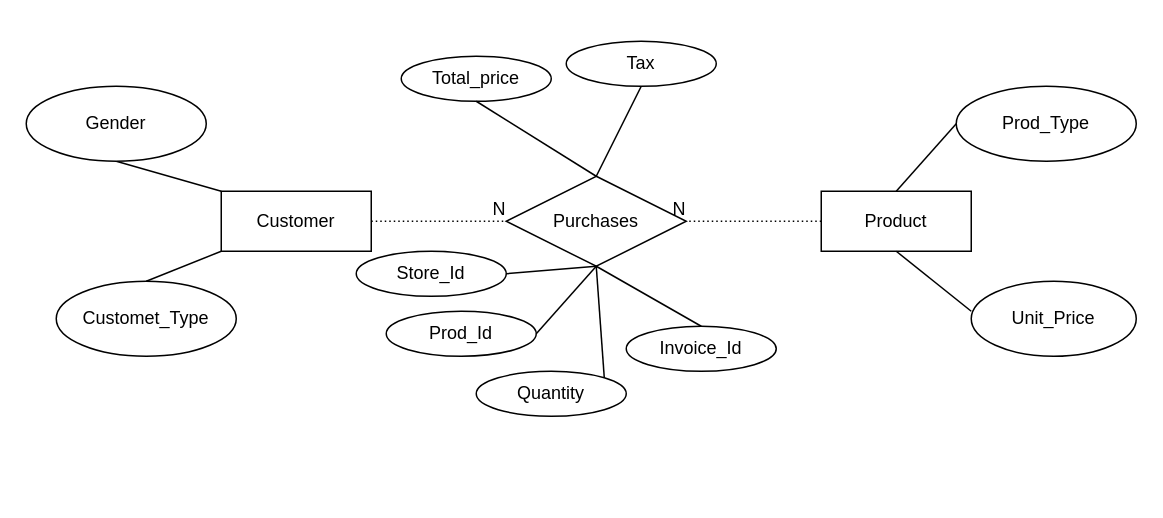
This is er_diagram_proj.drawio from DevanshR1123/Mini-Project-Python-DBMS, a draw.io file, before an edit. Source tidied: cells renumbered, new cells numbered last; positions are measured from the earlier drawing's top-left corner, leaving out a move shared by most shapes. Both pictures are drawn from the tidied source at 150%, with x=0, y=0 at pixel (26, 40).
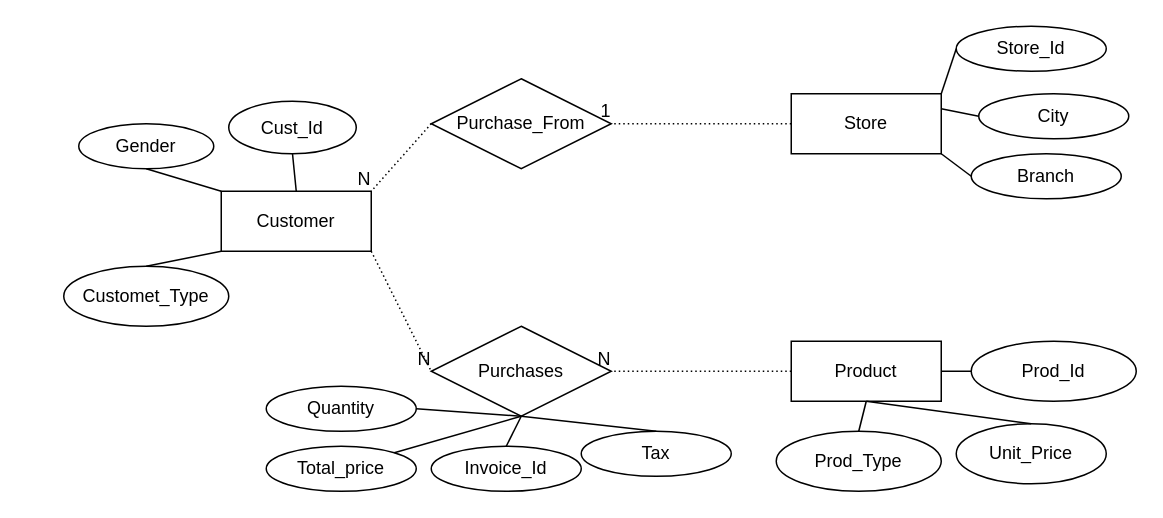
Above is the later version.

The change refers to these unchanged cells:
```xml
<mxCell id="2" value="Customer" style="whiteSpace=wrap;html=1;align=center;" parent="1" vertex="1">
  <mxGeometry x="130" y="100" width="100" height="40" as="geometry" />
</mxCell>
```

What changed in the source:
```diff
@@
     <mxCell id="3" value="Product" style="whiteSpace=wrap;html=1;align=center;" parent="1" vertex="1">
-      <mxGeometry x="530" y="100" width="100" height="40" as="geometry" />
+      <mxGeometry x="510" y="200" width="100" height="40" as="geometry" />
     </mxCell>
@@
     <mxCell id="6" value="Customet_Type" style="ellipse;whiteSpace=wrap;html=1;" parent="1" vertex="1">
-      <mxGeometry x="20" y="160" width="120" height="50" as="geometry" />
+      <mxGeometry x="25" y="150" width="110" height="40" as="geometry" />
     </mxCell>
     <mxCell id="7" value="Gender" style="ellipse;whiteSpace=wrap;html=1;" parent="1" vertex="1">
-      <mxGeometry y="30" width="120" height="50" as="geometry" />
+      <mxGeometry x="35" y="55" width="90" height="30" as="geometry" />
     </mxCell>
     <mxCell id="8" value="Purchases" style="shape=rhombus;perimeter=rhombusPerimeter;whiteSpace=wrap;html=1;align=center;" parent="1" vertex="1">
-      <mxGeometry x="320" y="90" width="120" height="60" as="geometry" />
+      <mxGeometry x="270" y="190" width="120" height="60" as="geometry" />
     </mxCell>
     <mxCell id="9" value="Unit_Price" style="ellipse;whiteSpace=wrap;html=1;" parent="1" vertex="1">
-      <mxGeometry x="630" y="160" width="110" height="50" as="geometry" />
+      <mxGeometry x="620" y="255" width="100" height="40" as="geometry" />
     </mxCell>
     <mxCell id="10" value="Prod_Type" style="ellipse;whiteSpace=wrap;html=1;" parent="1" vertex="1">
-      <mxGeometry x="620" y="30" width="120" height="50" as="geometry" />
+      <mxGeometry x="500" y="260" width="110" height="40" as="geometry" />
     </mxCell>
-    <mxCell id="11" style="endArrow=none;html=1;rounded=0;dashed=1;dashPattern=1 2;exitX=1;exitY=0.5;exitDx=0;exitDy=0;entryX=0;entryY=0.5;entryDx=0;entryDy=0;" parent="1" edge="1" source="2" target="8">
-      <mxGeometry relative="1" as="geometry" />
-    </mxCell>
-    <mxCell id="12" value="N" style="html=1;align=right;verticalAlign=bottom;" parent="11" vertex="1">
-      <mxGeometry x="1" relative="1" as="geometry" />
-    </mxCell>
     <mxCell id="13" value="Invoice_Id" style="ellipse;whiteSpace=wrap;html=1;" parent="1" vertex="1">
-      <mxGeometry x="400" y="190" width="100" height="30" as="geometry" />
+      <mxGeometry x="270" y="270" width="100" height="30" as="geometry" />
     </mxCell>
     <mxCell id="14" value="Quantity" style="ellipse;whiteSpace=wrap;html=1;" parent="1" vertex="1">
-      <mxGeometry x="300" y="220" width="100" height="30" as="geometry" />
+      <mxGeometry x="160" y="230" width="100" height="30" as="geometry" />
     </mxCell>
     <mxCell id="15" value="Tax" style="ellipse;whiteSpace=wrap;html=1;" parent="1" vertex="1">
-      <mxGeometry x="360" width="100" height="30" as="geometry" />
+      <mxGeometry x="370" y="260" width="100" height="30" as="geometry" />
     </mxCell>
     <mxCell id="16" value="Total_price" style="ellipse;whiteSpace=wrap;html=1;" parent="1" vertex="1">
-      <mxGeometry x="250" y="10" width="100" height="30" as="geometry" />
+      <mxGeometry x="160" y="270" width="100" height="30" as="geometry" />
     </mxCell>
-    <mxCell id="17" style="endArrow=none;html=1;rounded=0;exitX=0.5;exitY=1;exitDx=0;exitDy=0;" parent="1" edge="1" source="16">
-      <mxGeometry relative="1" as="geometry">
-        <mxPoint x="380" y="90" as="targetPoint" />
-      </mxGeometry>
-    </mxCell>
-    <mxCell id="18" style="endArrow=none;html=1;rounded=0;exitX=0.5;exitY=0;exitDx=0;exitDy=0;" parent="1" edge="1" source="13">
-      <mxGeometry relative="1" as="geometry">
-        <mxPoint x="380" y="150" as="targetPoint" />
-      </mxGeometry>
-    </mxCell>
-    <mxCell id="19" style="endArrow=none;html=1;rounded=0;exitX=0.5;exitY=1;exitDx=0;exitDy=0;entryX=0.5;entryY=0;entryDx=0;entryDy=0;" parent="1" edge="1" source="15" target="8">
-      <mxGeometry relative="1" as="geometry" />
-    </mxCell>
-    <mxCell id="20" style="endArrow=none;html=1;rounded=0;dashed=1;dashPattern=1 2;exitX=0;exitY=0.5;exitDx=0;exitDy=0;entryX=1;entryY=0.5;entryDx=0;entryDy=0;" parent="1" edge="1" source="3" target="8">
-      <mxGeometry relative="1" as="geometry" />
-    </mxCell>
-    <mxCell id="21" value="N" style="html=1;align=right;verticalAlign=bottom;" parent="20" vertex="1">
-      <mxGeometry x="1" relative="1" as="geometry" />
-    </mxCell>
-    <mxCell id="22" style="endArrow=none;html=1;rounded=0;exitX=0.5;exitY=1;exitDx=0;exitDy=0;entryX=1;entryY=0;entryDx=0;entryDy=0;" parent="1" edge="1" source="8" target="14">
-      <mxGeometry relative="1" as="geometry" />
-    </mxCell>
     <mxCell id="23" value="Store_Id" style="ellipse;whiteSpace=wrap;html=1;" parent="1" vertex="1">
-      <mxGeometry x="220" y="140" width="100" height="30" as="geometry" />
+      <mxGeometry x="620" y="-10" width="100" height="30" as="geometry" />
     </mxCell>
     <mxCell id="24" value="Prod_Id" style="ellipse;whiteSpace=wrap;html=1;" parent="1" vertex="1">
-      <mxGeometry x="240" y="180" width="100" height="30" as="geometry" />
+      <mxGeometry x="630" y="200" width="110" height="40" as="geometry" />
     </mxCell>
-    <mxCell id="25" style="endArrow=none;html=1;rounded=0;entryX=1;entryY=0.5;entryDx=0;entryDy=0;" parent="1" edge="1" target="24">
-      <mxGeometry relative="1" as="geometry">
-        <mxPoint x="380" y="150" as="sourcePoint" />
-      </mxGeometry>
-    </mxCell>
-    <mxCell id="26" style="endArrow=none;html=1;rounded=0;entryX=1;entryY=0.5;entryDx=0;entryDy=0;" parent="1" edge="1" target="23">
-      <mxGeometry relative="1" as="geometry">
-        <mxPoint x="380" y="150" as="sourcePoint" />
-      </mxGeometry>
-    </mxCell>
+    <mxCell id="29" value="Store" style="whiteSpace=wrap;html=1;align=center;" parent="1" vertex="1">
+      <mxGeometry x="510" y="35" width="100" height="40" as="geometry" />
+    </mxCell>
+    <mxCell id="30" value="Purchase_From" style="shape=rhombus;perimeter=rhombusPerimeter;whiteSpace=wrap;html=1;align=center;" parent="1" vertex="1">
+      <mxGeometry x="270" y="25" width="120" height="60" as="geometry" />
+    </mxCell>
+    <mxCell id="11" style="endArrow=none;html=1;rounded=0;dashed=1;dashPattern=1 2;exitX=1;exitY=1;exitDx=0;exitDy=0;entryX=0;entryY=0.5;entryDx=0;entryDy=0;" parent="1" edge="1" source="2" target="8">
+      <mxGeometry relative="1" as="geometry" />
+    </mxCell>
+    <mxCell id="31" value="N" style="html=1;align=right;verticalAlign=bottom;" parent="11" vertex="1">
+      <mxGeometry x="1" relative="1" as="geometry" />
+    </mxCell>
+    <mxCell id="20" style="endArrow=none;html=1;rounded=0;dashed=1;dashPattern=1 2;exitX=0;exitY=0.5;exitDx=0;exitDy=0;entryX=1;entryY=0.5;entryDx=0;entryDy=0;" parent="1" edge="1" source="3" target="8">
+      <mxGeometry relative="1" as="geometry" />
+    </mxCell>
+    <mxCell id="32" value="N" style="html=1;align=right;verticalAlign=bottom;" parent="20" vertex="1">
+      <mxGeometry x="1" relative="1" as="geometry" />
+    </mxCell>
+    <mxCell id="33" style="endArrow=none;html=1;rounded=0;dashed=1;dashPattern=1 2;exitX=0;exitY=0.5;exitDx=0;exitDy=0;entryX=1;entryY=0;entryDx=0;entryDy=0;" parent="1" edge="1" source="30" target="2">
+      <mxGeometry relative="1" as="geometry" />
+    </mxCell>
+    <mxCell id="34" value="N" style="html=1;align=right;verticalAlign=bottom;" parent="33" vertex="1">
+      <mxGeometry x="1" relative="1" as="geometry" />
+    </mxCell>
+    <mxCell id="35" style="endArrow=none;html=1;rounded=0;dashed=1;dashPattern=1 2;entryX=1;entryY=0.5;entryDx=0;entryDy=0;exitX=0;exitY=0.5;exitDx=0;exitDy=0;" parent="1" edge="1" source="29" target="30">
+      <mxGeometry relative="1" as="geometry" />
+    </mxCell>
+    <mxCell id="36" value="1" style="html=1;align=right;verticalAlign=bottom;" parent="35" vertex="1">
+      <mxGeometry x="1" relative="1" as="geometry" />
+    </mxCell>
+    <mxCell id="22" style="endArrow=none;html=1;rounded=0;exitX=0.5;exitY=1;exitDx=0;exitDy=0;entryX=1;entryY=0.5;entryDx=0;entryDy=0;" parent="1" edge="1" source="8" target="14">
+      <mxGeometry relative="1" as="geometry" />
+    </mxCell>
+    <mxCell id="37" style="endArrow=none;html=1;rounded=0;entryX=1;entryY=0;entryDx=0;entryDy=0;" parent="1" edge="1" target="16">
+      <mxGeometry relative="1" as="geometry">
+        <mxPoint x="330" y="250" as="sourcePoint" />
+      </mxGeometry>
+    </mxCell>
+    <mxCell id="38" style="endArrow=none;html=1;rounded=0;entryX=0.5;entryY=0;entryDx=0;entryDy=0;exitX=0.5;exitY=1;exitDx=0;exitDy=0;" parent="1" edge="1" source="8" target="13">
+      <mxGeometry relative="1" as="geometry" />
+    </mxCell>
+    <mxCell id="39" style="endArrow=none;html=1;rounded=0;entryX=0.5;entryY=0;entryDx=0;entryDy=0;" parent="1" edge="1" target="15">
+      <mxGeometry relative="1" as="geometry">
+        <mxPoint x="330" y="250" as="sourcePoint" />
+      </mxGeometry>
+    </mxCell>
+    <mxCell id="40" style="endArrow=none;html=1;rounded=0;entryX=1;entryY=0.5;entryDx=0;entryDy=0;exitX=0;exitY=0.5;exitDx=0;exitDy=0;" parent="1" edge="1" source="24" target="3">
+      <mxGeometry relative="1" as="geometry" />
+    </mxCell>
-    <mxCell id="27" style="endArrow=none;html=1;rounded=0;exitX=0;exitY=0.5;exitDx=0;exitDy=0;entryX=0.5;entryY=0;entryDx=0;entryDy=0;" parent="1" edge="1" source="10" target="3">
+    <mxCell id="27" style="endArrow=none;html=1;rounded=0;entryX=0.5;entryY=1;entryDx=0;entryDy=0;exitX=0.5;exitY=0;exitDx=0;exitDy=0;" parent="1" edge="1" source="10" target="3">
       <mxGeometry relative="1" as="geometry" />
     </mxCell>
-    <mxCell id="28" style="endArrow=none;html=1;rounded=0;exitX=0;exitY=0.4;exitDx=0;exitDy=0;entryX=0.5;entryY=1;entryDx=0;entryDy=0;exitPerimeter=0;" parent="1" edge="1" source="9" target="3">
+    <mxCell id="28" style="endArrow=none;html=1;rounded=0;entryX=0.5;entryY=1;entryDx=0;entryDy=0;exitX=0.5;exitY=0;exitDx=0;exitDy=0;" parent="1" edge="1" source="9" target="3">
       <mxGeometry relative="1" as="geometry" />
     </mxCell>
+    <mxCell id="41" style="endArrow=none;html=1;rounded=0;entryX=1;entryY=0;entryDx=0;entryDy=0;exitX=0;exitY=0.5;exitDx=0;exitDy=0;" parent="1" edge="1" source="23" target="29">
+      <mxGeometry relative="1" as="geometry" />
+    </mxCell>
+    <mxCell id="42" value="City" style="ellipse;whiteSpace=wrap;html=1;" parent="1" vertex="1">
+      <mxGeometry x="635" y="35" width="100" height="30" as="geometry" />
+    </mxCell>
+    <mxCell id="43" value="Branch" style="ellipse;whiteSpace=wrap;html=1;" parent="1" vertex="1">
+      <mxGeometry x="630" y="75" width="100" height="30" as="geometry" />
+    </mxCell>
+    <mxCell id="44" style="endArrow=none;html=1;rounded=0;entryX=1;entryY=0.25;entryDx=0;entryDy=0;exitX=0;exitY=0.5;exitDx=0;exitDy=0;" parent="1" edge="1" source="42" target="29">
+      <mxGeometry relative="1" as="geometry" />
+    </mxCell>
+    <mxCell id="45" style="endArrow=none;html=1;rounded=0;entryX=1;entryY=1;entryDx=0;entryDy=0;exitX=0;exitY=0.5;exitDx=0;exitDy=0;" parent="1" edge="1" source="43" target="29">
+      <mxGeometry relative="1" as="geometry" />
+    </mxCell>
+    <mxCell id="46" value="Cust_Id" style="ellipse;whiteSpace=wrap;html=1;" parent="1" vertex="1">
+      <mxGeometry x="135" y="40" width="85" height="35" as="geometry" />
+    </mxCell>
+    <mxCell id="47" style="endArrow=none;html=1;rounded=0;exitX=0.5;exitY=1;exitDx=0;exitDy=0;entryX=0.5;entryY=0;entryDx=0;entryDy=0;" parent="1" edge="1" source="46" target="2">
+      <mxGeometry relative="1" as="geometry" />
+    </mxCell>
```
